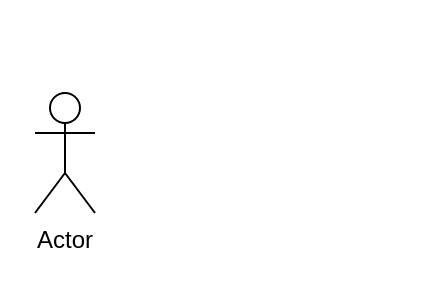
This is Untitled Diagram.drawio from Hank2000/H5MusicPlayer, a draw.io file, before an edit. Source tidied: cells renumbered, new cells numbered last; positions are measured from the earlier drawing's top-left corner, leaving out a move shared by most shapes. Both pictures are drawn from the tidied source at 200%, with x=0, y=0 at pixel (34, 92).
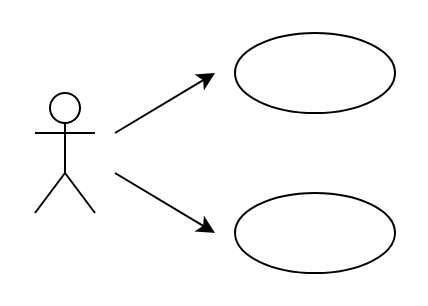
Above is the later version.

Commit message:
用户用例图.drawio

What changed in the source:
```diff
@@
 <mxGraphModel>
   <root>
     <mxCell id="0" />
     <mxCell id="1" parent="0" />
-    <mxCell id="2" value="Actor" style="shape=umlActor;verticalLabelPosition=bottom;verticalAlign=top;html=1;" parent="1" vertex="1">
+    <mxCell id="2" value="Actor" style="shape=umlActor;verticalLabelPosition=bottom;verticalAlign=top;html=1;fontColor=none;noLabel=1;" parent="1" vertex="1">
       <mxGeometry width="30" height="60" as="geometry" />
     </mxCell>
+    <mxCell id="3" style="endArrow=classic;html=1;rounded=0;fontColor=none;" parent="1" edge="1">
+      <mxGeometry relative="1" as="geometry">
+        <mxPoint x="40" y="20" as="sourcePoint" />
+        <mxPoint x="90" y="-10" as="targetPoint" />
+      </mxGeometry>
+    </mxCell>
+    <mxCell id="4" style="endArrow=classic;html=1;rounded=0;fontColor=none;" parent="1" edge="1">
+      <mxGeometry relative="1" as="geometry">
+        <mxPoint x="40" y="40" as="sourcePoint" />
+        <mxPoint x="90" y="70" as="targetPoint" />
+      </mxGeometry>
+    </mxCell>
+    <mxCell id="5" style="ellipse;whiteSpace=wrap;html=1;fontColor=none;" parent="1" vertex="1">
+      <mxGeometry x="100" y="-30" width="80" height="40" as="geometry" />
+    </mxCell>
+    <mxCell id="6" style="ellipse;whiteSpace=wrap;html=1;fontColor=none;" parent="1" vertex="1">
+      <mxGeometry x="100" y="50" width="80" height="40" as="geometry" />
+    </mxCell>
   </root>
 </mxGraphModel>
```
